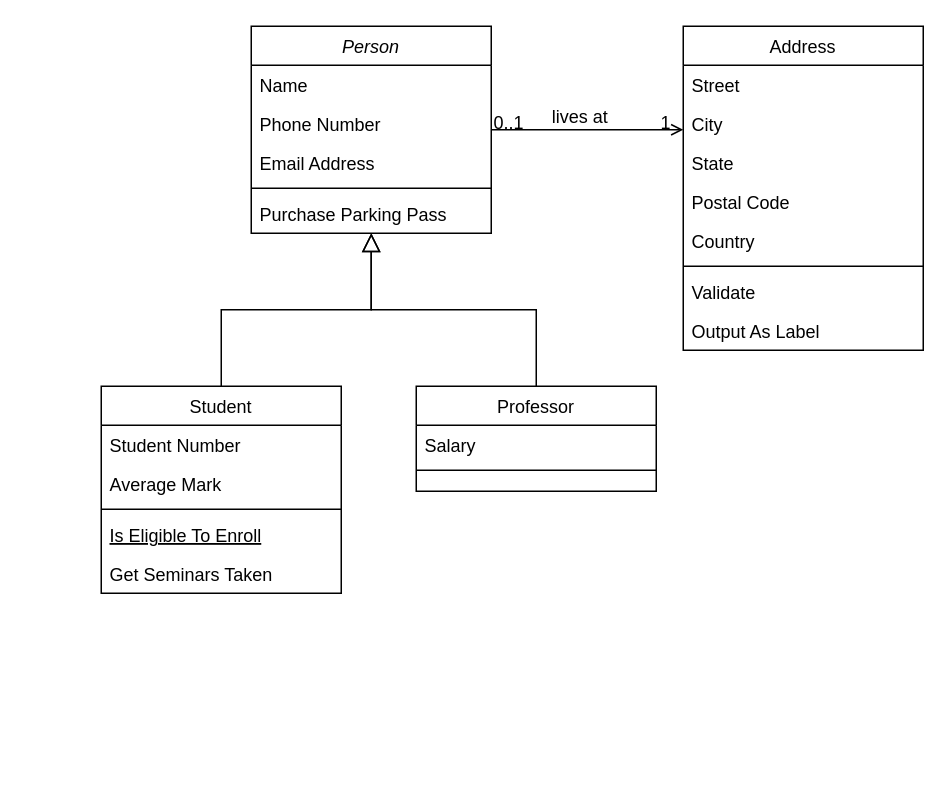
AdvaHalamish/ADSS_Group_DDD_a keeps this draw.io diagram as dev/storage/src/Classes/Untitled Diagram.drawio. Above is the earlier version. Source tidied: cells renumbered, new cells numbered last; positions are measured from the earlier drawing's top-left corner, leaving out a move shared by most shapes. Both pictures are drawn from the tidied source at 150%, with x=0, y=0 at pixel (100, 26).
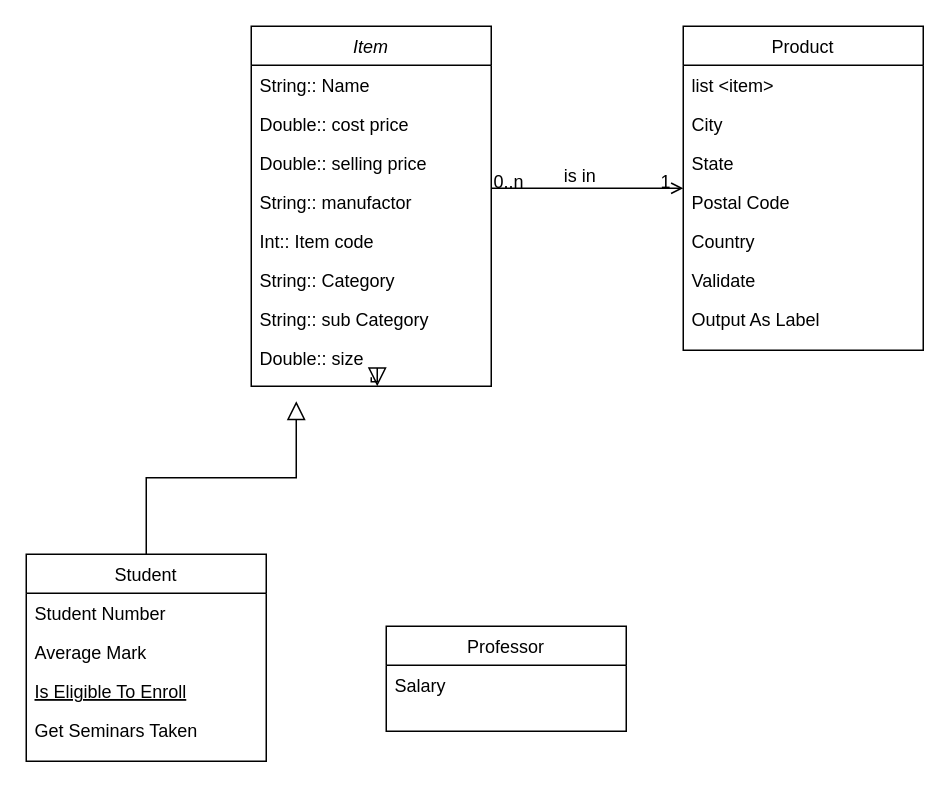
The same page after the edit.

The change refers to these unchanged cells:
```xml
<mxCell id="28" style="endArrow=open;shadow=0;strokeWidth=1;rounded=0;curved=0;endFill=1;edgeStyle=elbowEdgeStyle;elbow=vertical;" parent="1" edge="1" source="2" target="19">
  <mxGeometry x="0.5" y="41" relative="1" as="geometry">
    <mxPoint x="-40" y="32" as="offset" />
  </mxGeometry>
</mxCell>
```

The edit, as a diff of the source:
```diff
@@
-    <mxCell id="2" value="Person" style="swimlane;fontStyle=2;align=center;verticalAlign=top;horizontal=1;startSize=26;rounded=0;shadow=0;strokeWidth=1;" parent="1" vertex="1">
-      <mxGeometry x="100" width="160" height="138" as="geometry" />
+    <mxCell id="2" value="Item" style="swimlane;fontStyle=2;align=center;verticalAlign=top;horizontal=1;startSize=26;rounded=0;shadow=0;strokeWidth=1;" parent="1" vertex="1">
+      <mxGeometry x="100" width="160" height="240" as="geometry" />
     </mxCell>
-    <mxCell id="3" value="Name" style="text;align=left;verticalAlign=top;spacingLeft=4;spacingRight=4;overflow=hidden;" parent="2" vertex="1">
+    <mxCell id="3" value="String:: Name" style="text;align=left;verticalAlign=top;spacingLeft=4;spacingRight=4;overflow=hidden;" parent="2" vertex="1">
       <mxGeometry y="26" width="160" height="26" as="geometry" />
     </mxCell>
-    <mxCell id="4" value="Phone Number" style="text;align=left;verticalAlign=top;spacingLeft=4;spacingRight=4;overflow=hidden;rounded=0;shadow=0;html=0;" parent="2" vertex="1">
+    <mxCell id="4" value="Double:: cost price" style="text;align=left;verticalAlign=top;spacingLeft=4;spacingRight=4;overflow=hidden;rounded=0;shadow=0;html=0;" parent="2" vertex="1">
       <mxGeometry y="52" width="160" height="26" as="geometry" />
     </mxCell>
-    <mxCell id="5" value="Email Address" style="text;align=left;verticalAlign=top;spacingLeft=4;spacingRight=4;overflow=hidden;rounded=0;shadow=0;html=0;" parent="2" vertex="1">
+    <mxCell id="5" value="Double:: selling price" style="text;align=left;verticalAlign=top;spacingLeft=4;spacingRight=4;overflow=hidden;rounded=0;shadow=0;html=0;" parent="2" vertex="1">
       <mxGeometry y="78" width="160" height="26" as="geometry" />
     </mxCell>
-    <mxCell id="6" style="line;html=1;strokeWidth=1;align=left;verticalAlign=middle;spacingTop=-1;spacingLeft=3;spacingRight=3;labelPosition=right;" parent="2" vertex="1">
-      <mxGeometry y="104" width="160" height="8" as="geometry" />
-    </mxCell>
-    <mxCell id="7" value="Purchase Parking Pass" style="text;align=left;verticalAlign=top;spacingLeft=4;spacingRight=4;overflow=hidden;" parent="2" vertex="1">
-      <mxGeometry y="112" width="160" height="26" as="geometry" />
-    </mxCell>
+    <mxCell id="32" value="String:: manufactor" style="text;align=left;verticalAlign=top;spacingLeft=4;spacingRight=4;overflow=hidden;rounded=0;shadow=0;html=0;" parent="2" vertex="1">
+      <mxGeometry y="104" width="160" height="26" as="geometry" />
+    </mxCell>
+    <mxCell id="33" value="Int:: Item code" style="text;align=left;verticalAlign=top;spacingLeft=4;spacingRight=4;overflow=hidden;rounded=0;shadow=0;html=0;" parent="2" vertex="1">
+      <mxGeometry y="130" width="160" height="26" as="geometry" />
+    </mxCell>
+    <mxCell id="34" value="String:: Category" style="text;align=left;verticalAlign=top;spacingLeft=4;spacingRight=4;overflow=hidden;rounded=0;shadow=0;html=0;" parent="2" vertex="1">
+      <mxGeometry y="156" width="160" height="26" as="geometry" />
+    </mxCell>
+    <mxCell id="35" value="String:: sub Category" style="text;align=left;verticalAlign=top;spacingLeft=4;spacingRight=4;overflow=hidden;rounded=0;shadow=0;html=0;" parent="2" vertex="1">
+      <mxGeometry y="182" width="160" height="26" as="geometry" />
+    </mxCell>
+    <mxCell id="36" value="Double:: size" style="text;align=left;verticalAlign=top;spacingLeft=4;spacingRight=4;overflow=hidden;points=[[0,0.5],[1,0.5]];portConstraint=eastwest;rounded=0;shadow=0;html=0;" parent="2" vertex="1">
+      <mxGeometry y="208" width="160" height="26" as="geometry" />
+    </mxCell>
     <mxCell id="8" value="Student" style="swimlane;fontStyle=0;align=center;verticalAlign=top;horizontal=1;startSize=26;rounded=0;shadow=0;strokeWidth=1;" parent="1" vertex="1">
-      <mxGeometry y="240" width="160" height="138" as="geometry" />
+      <mxGeometry x="-50" y="352" width="160" height="138" as="geometry" />
     </mxCell>
@@
-    <mxCell id="11" style="line;html=1;strokeWidth=1;align=left;verticalAlign=middle;spacingTop=-1;spacingLeft=3;spacingRight=3;labelPosition=right;" parent="8" vertex="1">
-      <mxGeometry y="78" width="160" height="8" as="geometry" />
-    </mxCell>
     <mxCell id="12" value="Is Eligible To Enroll" style="text;align=left;verticalAlign=top;spacingLeft=4;spacingRight=4;overflow=hidden;fontStyle=4;" parent="8" vertex="1">
-      <mxGeometry y="86" width="160" height="26" as="geometry" />
+      <mxGeometry y="78" width="160" height="26" as="geometry" />
     </mxCell>
     <mxCell id="13" value="Get Seminars Taken" style="text;align=left;verticalAlign=top;spacingLeft=4;spacingRight=4;overflow=hidden;" parent="8" vertex="1">
-      <mxGeometry y="112" width="160" height="26" as="geometry" />
+      <mxGeometry y="104" width="160" height="26" as="geometry" />
     </mxCell>
-    <mxCell id="14" style="endArrow=block;endSize=10;endFill=0;shadow=0;strokeWidth=1;rounded=0;curved=0;edgeStyle=elbowEdgeStyle;elbow=vertical;" parent="1" edge="1" source="8" target="2">
-      <mxGeometry relative="1" as="geometry" />
+    <mxCell id="14" style="endArrow=block;endSize=10;endFill=0;shadow=0;strokeWidth=1;rounded=0;curved=0;edgeStyle=elbowEdgeStyle;elbow=vertical;" parent="1" edge="1" source="8">
+      <mxGeometry relative="1" as="geometry">
+        <mxPoint x="130" y="250" as="targetPoint" />
+      </mxGeometry>
     </mxCell>
     <mxCell id="15" value="Professor" style="swimlane;fontStyle=0;align=center;verticalAlign=top;horizontal=1;startSize=26;rounded=0;shadow=0;strokeWidth=1;" parent="1" vertex="1">
-      <mxGeometry x="210" y="240" width="160" height="70" as="geometry" />
+      <mxGeometry x="190" y="400" width="160" height="70" as="geometry" />
     </mxCell>
@@
-    <mxCell id="17" style="line;html=1;strokeWidth=1;align=left;verticalAlign=middle;spacingTop=-1;spacingLeft=3;spacingRight=3;labelPosition=right;" parent="15" vertex="1">
-      <mxGeometry y="52" width="160" height="8" as="geometry" />
-    </mxCell>
-    <mxCell id="18" style="endArrow=block;endSize=10;endFill=0;shadow=0;strokeWidth=1;rounded=0;curved=0;edgeStyle=elbowEdgeStyle;elbow=vertical;" parent="1" edge="1" source="15" target="2">
-      <mxGeometry relative="1" as="geometry" />
+    <mxCell id="18" style="endArrow=block;endSize=10;endFill=0;shadow=0;strokeWidth=1;rounded=0;curved=0;edgeStyle=elbowEdgeStyle;elbow=vertical;" parent="1" edge="1" source="36">
+      <mxGeometry relative="1" as="geometry">
+        <mxPoint x="184" y="240" as="targetPoint" />
+      </mxGeometry>
     </mxCell>
-    <mxCell id="19" value="Address" style="swimlane;fontStyle=0;align=center;verticalAlign=top;horizontal=1;startSize=26;rounded=0;shadow=0;strokeWidth=1;" parent="1" vertex="1">
+    <mxCell id="19" value="Product" style="swimlane;fontStyle=0;align=center;verticalAlign=top;horizontal=1;startSize=26;rounded=0;shadow=0;strokeWidth=1;" parent="1" vertex="1">
       <mxGeometry x="388" width="160" height="216" as="geometry" />
     </mxCell>
-    <mxCell id="20" value="Street" style="text;align=left;verticalAlign=top;spacingLeft=4;spacingRight=4;overflow=hidden;" parent="19" vertex="1">
+    <mxCell id="20" value="list &lt;item&gt; " style="text;align=left;verticalAlign=top;spacingLeft=4;spacingRight=4;overflow=hidden;" parent="19" vertex="1">
       <mxGeometry y="26" width="160" height="26" as="geometry" />
     </mxCell>
@@
-    <mxCell id="25" style="line;html=1;strokeWidth=1;align=left;verticalAlign=middle;spacingTop=-1;spacingLeft=3;spacingRight=3;labelPosition=right;" parent="19" vertex="1">
-      <mxGeometry y="156" width="160" height="8" as="geometry" />
-    </mxCell>
     <mxCell id="26" value="Validate" style="text;align=left;verticalAlign=top;spacingLeft=4;spacingRight=4;overflow=hidden;" parent="19" vertex="1">
-      <mxGeometry y="164" width="160" height="26" as="geometry" />
+      <mxGeometry y="156" width="160" height="26" as="geometry" />
     </mxCell>
     <mxCell id="27" value="Output As Label" style="text;align=left;verticalAlign=top;spacingLeft=4;spacingRight=4;overflow=hidden;" parent="19" vertex="1">
-      <mxGeometry y="190" width="160" height="26" as="geometry" />
+      <mxGeometry y="182" width="160" height="26" as="geometry" />
     </mxCell>
@@
-    <mxCell id="29" value="0..1" style="align=left;verticalAlign=bottom;labelBackgroundColor=none;fontSize=12;" parent="28" vertex="1">
+    <mxCell id="29" value="0..n" style="align=left;verticalAlign=bottom;labelBackgroundColor=none;fontSize=12;" parent="28" vertex="1">
       <mxGeometry x="-1" relative="1" as="geometry">
         <mxPoint y="4" as="offset" />
       </mxGeometry>
     </mxCell>
@@
-    <mxCell id="31" value="lives at" style="text;html=1;align=center;verticalAlign=middle;labelBackgroundColor=none;rounded=0;shadow=0;strokeWidth=1;fontSize=12;" parent="28" vertex="1">
+    <mxCell id="31" value="is in" style="text;html=1;align=center;verticalAlign=middle;labelBackgroundColor=none;rounded=0;shadow=0;strokeWidth=1;fontSize=12;" parent="28" vertex="1">
       <mxGeometry x="0.5" y="49" relative="1" as="geometry">
         <mxPoint x="-38" y="40" as="offset" />
       </mxGeometry>
     </mxCell>
```
